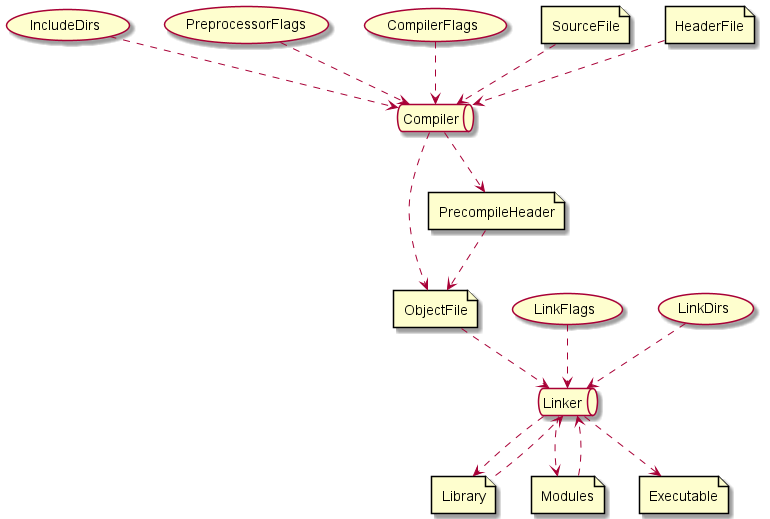
This is doc/software_architecture/uml/dependency_graph.png from coder137/build_in_cpp, a PlantUML export, as it was before one commit.
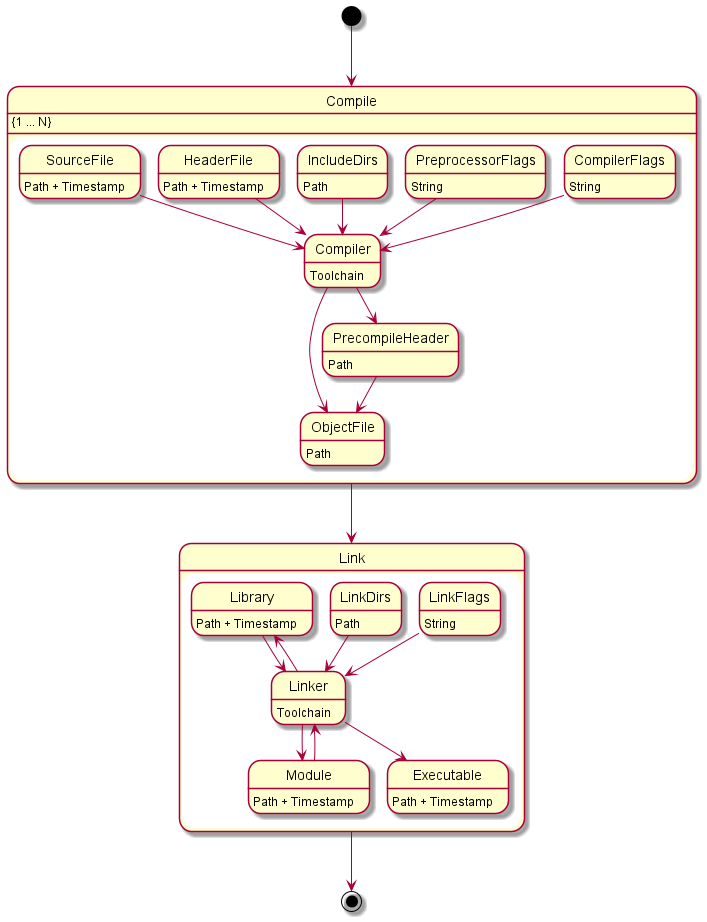
After the change.

Diff of the diagram source:
```diff
@@ -1,43 +1,49 @@
 @startuml
 
+[*] --> Compile
+Compile --> Link
+Link --> [*]
 
-usecase IncludeDirs
-usecase PreprocessorFlags
-usecase CompilerFlags
+state Compile {
+SourceFile --> Compiler
+HeaderFile --> Compiler
+IncludeDirs --> Compiler
+PreprocessorFlags --> Compiler
+CompilerFlags --> Compiler
 
-usecase LinkFlags
-usecase LinkDirs
+Compiler --> ObjectFile
+Compiler --> PrecompileHeader
 
-file SourceFile
-file HeaderFile
-file ObjectFile
-file PrecompileHeader
-file Executable
-file Library
-file Modules
+PrecompileHeader --> ObjectFile
 
-queue Compiler
-queue Linker
+SourceFile : Path + Timestamp
+HeaderFile : Path + Timestamp
+IncludeDirs : Path
+PreprocessorFlags : String
+CompilerFlags : String
+Compiler : Toolchain
+PrecompileHeader : Path
+ObjectFile : Path
+}
 
-HeaderFile ..> Compiler
-IncludeDirs ..> Compiler
-PreprocessorFlags ..> Compiler
-CompilerFlags ..> Compiler
-SourceFile ..> Compiler
+Compile : {1 ... N}
 
-Compiler ..> ObjectFile
-Compiler ..> PrecompileHeader
+state Link {
+Library --> Linker
+Module --> Linker
+LinkDirs --> Linker
+LinkFlags --> Linker
 
-PrecompileHeader ..> ObjectFile
+Linker --> Executable
+Linker --> Library
+Linker --> Module
 
-LinkFlags ..> Linker
-LinkDirs ..> Linker
-ObjectFile ..> Linker
-Library ..> Linker
-Modules ..> Linker
-
-Linker ..> Executable
-Linker ..> Library
-Linker ..> Modules
+Library : Path + Timestamp
+Module : Path + Timestamp
+Executable : Path + Timestamp
+Linker : Toolchain
+LinkDirs : Path
+LinkFlags : String
+}
 
 @enduml
```
